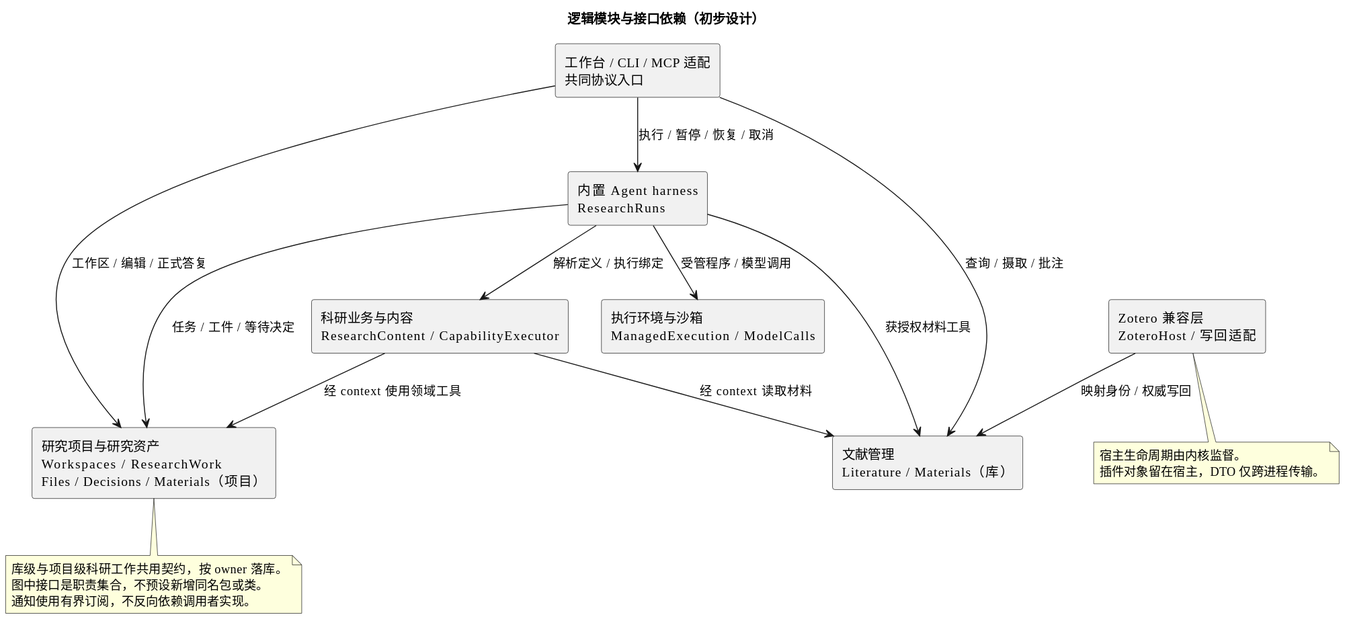
leike0813/Scholoom keeps this PlantUML diagram as docs/diagrams/module-interfaces.svg. Above is the earlier version. Source of this version:
```plantuml
@startuml
title 逻辑模块与接口依赖（初步设计）
skinparam defaultFontName Microsoft YaHei
skinparam shadowing false
skinparam componentStyle rectangle
top to bottom direction
component "工作台 / CLI / MCP 适配\n共同协议入口" as Entry
component "文献管理\nLiterature / Materials（库）" as Literature
component "研究项目与研究资产\nWorkspaces / ResearchWork\nFiles / Decisions / Materials（项目）" as Work
component "内置 Agent harness\nResearchRuns" as Harness
component "科研业务与内容\nResearchContent / CapabilityExecutor" as Content
component "执行环境与沙箱\nManagedExecution / ModelCalls" as Runtime
component "Zotero 兼容层\nZoteroHost / 写回适配" as Host
Entry --> Literature : 查询 / 摄取 / 批注
Entry --> Work : 工作区 / 编辑 / 正式答复
Entry --> Harness : 执行 / 暂停 / 恢复 / 取消
Harness --> Content : 解析定义 / 执行绑定
Harness --> Work : 任务 / 工件 / 等待决定
Harness --> Literature : 获授权材料工具
Harness --> Runtime : 受管程序 / 模型调用
Content --> Work : 经 context 使用领域工具
Content --> Literature : 经 context 读取材料
Host --> Literature : 映射身份 / 权威写回
note bottom of Host
  宿主生命周期由内核监督。
  插件对象留在宿主，DTO 仅跨进程传输。
end note
note bottom of Work
  库级与项目级科研工作共用契约，按 owner 落库。
  图中接口是职责集合，不预设新增同名包或类。
  通知使用有界订阅，不反向依赖调用者实现。
end note
@enduml
```
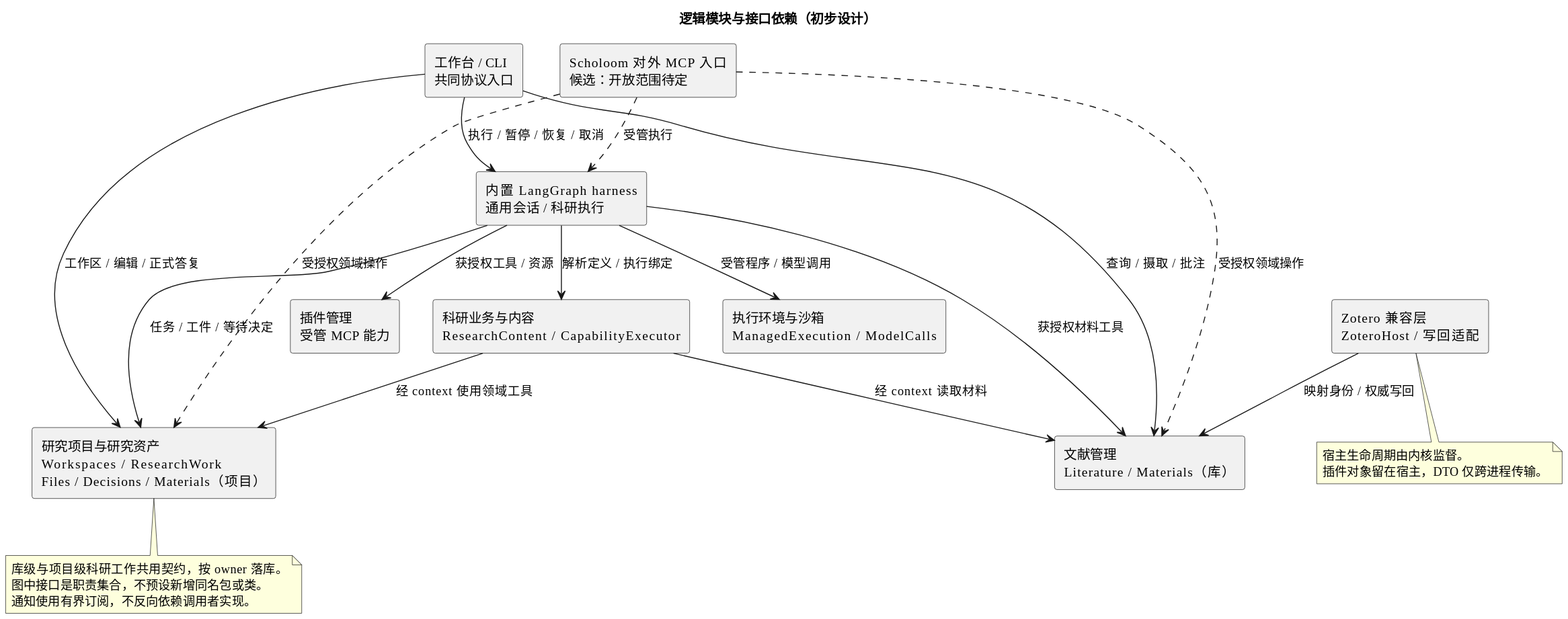
Above is the later version.

What changed in the source:
```diff
@@ -4,16 +4,22 @@
 skinparam shadowing false
 skinparam componentStyle rectangle
 top to bottom direction
-component "工作台 / CLI / MCP 适配\n共同协议入口" as Entry
+component "工作台 / CLI\n共同协议入口" as Entry
+component "Scholoom 对外 MCP 入口\n候选：开放范围待定" as ExternalMCP
 component "文献管理\nLiterature / Materials（库）" as Literature
 component "研究项目与研究资产\nWorkspaces / ResearchWork\nFiles / Decisions / Materials（项目）" as Work
-component "内置 Agent harness\nResearchRuns" as Harness
+component "内置 LangGraph harness\n通用会话 / 科研执行" as Harness
+component "插件管理\n受管 MCP 能力" as PluginManager
 component "科研业务与内容\nResearchContent / CapabilityExecutor" as Content
 component "执行环境与沙箱\nManagedExecution / ModelCalls" as Runtime
 component "Zotero 兼容层\nZoteroHost / 写回适配" as Host
 Entry --> Literature : 查询 / 摄取 / 批注
 Entry --> Work : 工作区 / 编辑 / 正式答复
 Entry --> Harness : 执行 / 暂停 / 恢复 / 取消
+ExternalMCP ..> Literature : 受授权领域操作
+ExternalMCP ..> Work : 受授权领域操作
+ExternalMCP ..> Harness : 受管执行
+Harness --> PluginManager : 获授权工具 / 资源
 Harness --> Content : 解析定义 / 执行绑定
 Harness --> Work : 任务 / 工件 / 等待决定
 Harness --> Literature : 获授权材料工具
```
